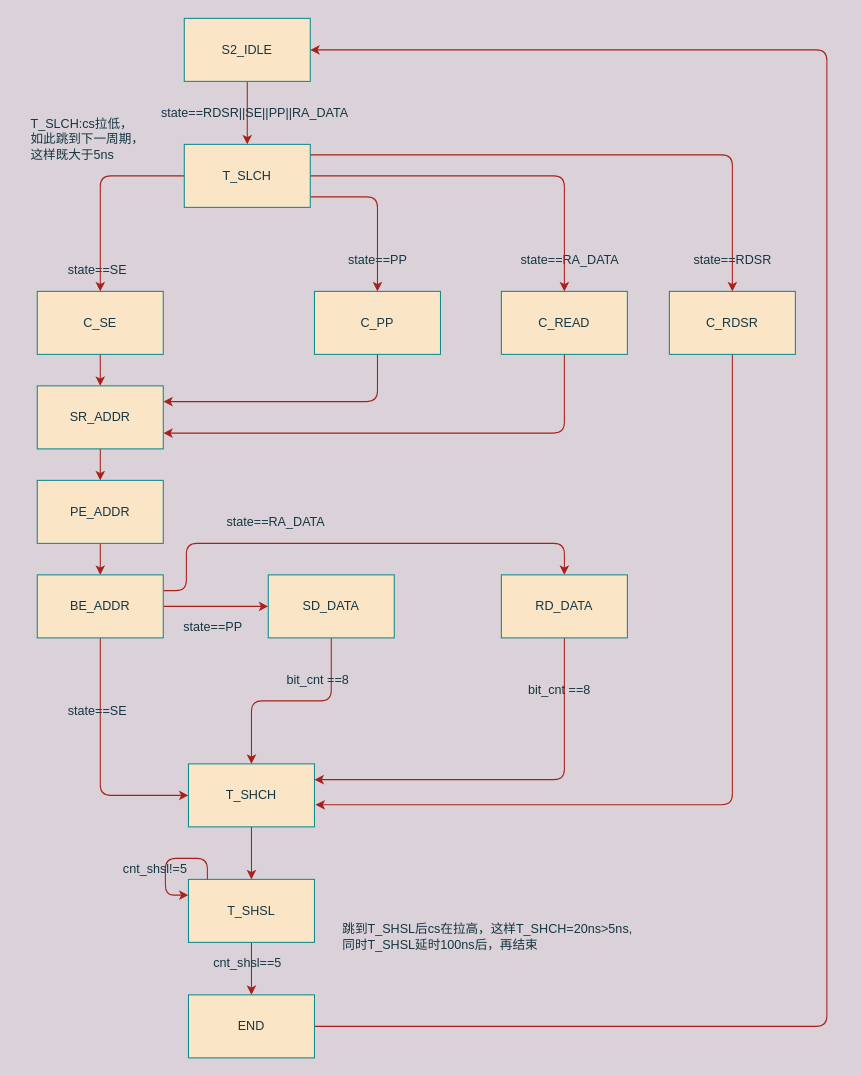
Before: cmd sstate.drawio in wu-bai-guo/spi_flash, a draw.io diagram. Source tidied: cells renumbered, new cells numbered last; positions are measured from the earlier drawing's top-left corner, leaving out a move shared by most shapes. Both pictures are drawn from the tidied source at 105%, with x=0, y=0 at pixel (28, 18).
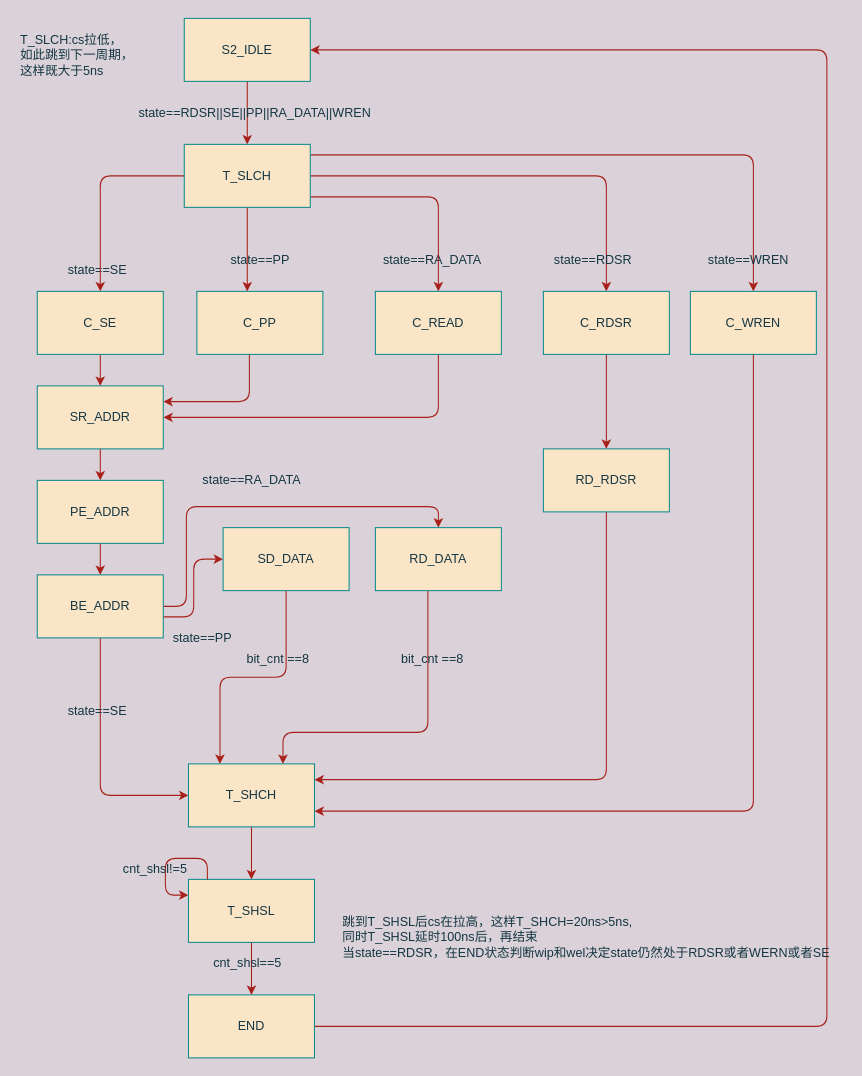
The same diagram, later.

The change refers to these unchanged cells:
```xml
<mxCell id="3" value="&lt;div&gt;S2_IDLE&lt;/div&gt;" style="whiteSpace=wrap;html=1;rounded=0;sketch=0;strokeColor=#0F8B8D;fillColor=#FAE5C7;fontColor=#143642;" parent="1" vertex="1">
  <mxGeometry x="148" width="120" height="60" as="geometry" />
</mxCell>
<mxCell id="5" value="C_SE" style="whiteSpace=wrap;html=1;rounded=0;sketch=0;strokeColor=#0F8B8D;fillColor=#FAE5C7;fontColor=#143642;" parent="1" vertex="1">
  <mxGeometry x="8" y="260" width="120" height="60" as="geometry" />
</mxCell>
<mxCell id="7" value="SR_ADDR" style="whiteSpace=wrap;html=1;rounded=0;sketch=0;strokeColor=#0F8B8D;fillColor=#FAE5C7;fontColor=#143642;" parent="1" vertex="1">
  <mxGeometry x="8" y="350" width="120" height="60" as="geometry" />
</mxCell>
<mxCell id="13" value="BE_ADDR" style="whiteSpace=wrap;html=1;rounded=0;sketch=0;strokeColor=#0F8B8D;fillColor=#FAE5C7;fontColor=#143642;" parent="1" vertex="1">
  <mxGeometry x="8" y="530" width="120" height="60" as="geometry" />
</mxCell>
<mxCell id="15" value="T_SHCH" style="whiteSpace=wrap;html=1;rounded=0;sketch=0;strokeColor=#0F8B8D;fillColor=#FAE5C7;fontColor=#143642;" parent="1" vertex="1">
  <mxGeometry x="152" y="710" width="120" height="60" as="geometry" />
</mxCell>
<mxCell id="34" value="T_SLCH" style="whiteSpace=wrap;html=1;rounded=0;sketch=0;strokeColor=#0F8B8D;fillColor=#FAE5C7;fontColor=#143642;" parent="1" vertex="1">
  <mxGeometry x="148" y="120" width="120" height="60" as="geometry" />
</mxCell>
<mxCell id="40" value="END" style="whiteSpace=wrap;html=1;rounded=0;sketch=0;strokeColor=#0F8B8D;fillColor=#FAE5C7;fontColor=#143642;" parent="1" vertex="1">
  <mxGeometry x="152" y="930" width="120" height="60" as="geometry" />
</mxCell>
<mxCell id="42" value="T_SHSL" style="whiteSpace=wrap;html=1;rounded=0;sketch=0;strokeColor=#0F8B8D;fillColor=#FAE5C7;fontColor=#143642;" parent="1" vertex="1">
  <mxGeometry x="152" y="820" width="120" height="60" as="geometry" />
</mxCell>
```

What changed in the source:
```diff
@@
-    <mxCell id="2" style="edgeStyle=orthogonalEdgeStyle;curved=0;rounded=1;sketch=0;jettySize=auto;html=1;entryX=0.5;entryY=0;entryDx=0;entryDy=0;strokeColor=#A8201A;fillColor=#FAE5C7;fontColor=#143642;" parent="1" edge="1" source="3" target="34">
+    <mxCell id="2" style="edgeStyle=orthogonalEdgeStyle;curved=0;rounded=1;sketch=0;jettySize=auto;html=1;entryX=0.5;entryY=0;entryDx=0;entryDy=0;strokeColor=#A8201A;fillColor=#FAE5C7;fontColor=#143642;labelBackgroundColor=#DAD2D8;" parent="1" edge="1" source="3" target="34">
       <mxGeometry relative="1" as="geometry" />
     </mxCell>
@@
+    <mxCell id="12" style="edgeStyle=orthogonalEdgeStyle;curved=0;rounded=1;sketch=0;jettySize=auto;html=1;entryX=0;entryY=0.5;entryDx=0;entryDy=0;strokeColor=#A8201A;fillColor=#FAE5C7;fontColor=#143642;labelBackgroundColor=#DAD2D8;" parent="1" edge="1" source="13" target="15">
+      <mxGeometry relative="1" as="geometry">
+        <Array as="points">
+          <mxPoint x="68" y="740" />
+        </Array>
+      </mxGeometry>
+    </mxCell>
-    <mxCell id="10" style="edgeStyle=orthogonalEdgeStyle;curved=0;rounded=1;sketch=0;jettySize=auto;html=1;entryX=0;entryY=0.5;entryDx=0;entryDy=0;strokeColor=#A8201A;fillColor=#FAE5C7;fontColor=#143642;labelBackgroundColor=#DAD2D8;" parent="1" edge="1" source="13" target="21">
-      <mxGeometry relative="1" as="geometry" />
+    <mxCell id="10" style="edgeStyle=orthogonalEdgeStyle;curved=0;rounded=1;sketch=0;jettySize=auto;html=1;entryX=0;entryY=0.5;entryDx=0;entryDy=0;strokeColor=#A8201A;fillColor=#FAE5C7;fontColor=#143642;" parent="1" edge="1" source="13" target="21">
+      <mxGeometry relative="1" as="geometry">
+        <Array as="points">
+          <mxPoint x="157" y="570" />
+          <mxPoint x="157" y="515" />
+        </Array>
+      </mxGeometry>
     </mxCell>
-    <mxCell id="11" style="edgeStyle=orthogonalEdgeStyle;curved=0;rounded=1;sketch=0;jettySize=auto;html=1;exitX=1;exitY=0.25;exitDx=0;exitDy=0;entryX=0.5;entryY=0;entryDx=0;entryDy=0;strokeColor=#A8201A;fillColor=#FAE5C7;fontColor=#143642;labelBackgroundColor=#DAD2D8;" parent="1" edge="1" source="13" target="27">
+    <mxCell id="11" style="edgeStyle=orthogonalEdgeStyle;curved=0;rounded=1;sketch=0;jettySize=auto;html=1;entryX=0.5;entryY=0;entryDx=0;entryDy=0;strokeColor=#A8201A;fillColor=#FAE5C7;fontColor=#143642;" parent="1" edge="1" source="13" target="27">
       <mxGeometry relative="1" as="geometry">
         <Array as="points">
-          <mxPoint x="150" y="545" />
-          <mxPoint x="150" y="500" />
-          <mxPoint x="510" y="500" />
+          <mxPoint x="150" y="560" />
+          <mxPoint x="150" y="465" />
+          <mxPoint x="390" y="465" />
         </Array>
       </mxGeometry>
     </mxCell>
-    <mxCell id="12" style="edgeStyle=orthogonalEdgeStyle;curved=0;rounded=1;sketch=0;jettySize=auto;html=1;entryX=0;entryY=0.5;entryDx=0;entryDy=0;strokeColor=#A8201A;fillColor=#FAE5C7;fontColor=#143642;labelBackgroundColor=#DAD2D8;" parent="1" edge="1" source="13" target="15">
-      <mxGeometry relative="1" as="geometry">
-        <Array as="points">
-          <mxPoint x="68" y="740" />
-        </Array>
-      </mxGeometry>
-    </mxCell>
@@
-    <mxCell id="14" style="edgeStyle=orthogonalEdgeStyle;curved=0;rounded=1;sketch=0;jettySize=auto;html=1;entryX=0.5;entryY=0;entryDx=0;entryDy=0;strokeColor=#A8201A;fillColor=#FAE5C7;fontColor=#143642;" parent="1" edge="1" source="15" target="42">
+    <mxCell id="14" style="edgeStyle=orthogonalEdgeStyle;curved=0;rounded=1;sketch=0;jettySize=auto;html=1;entryX=0.5;entryY=0;entryDx=0;entryDy=0;strokeColor=#A8201A;fillColor=#FAE5C7;fontColor=#143642;labelBackgroundColor=#DAD2D8;" parent="1" edge="1" source="15" target="42">
       <mxGeometry relative="1" as="geometry" />
     </mxCell>
@@
-    <mxCell id="17" style="edgeStyle=orthogonalEdgeStyle;curved=0;rounded=1;sketch=0;jettySize=auto;html=1;entryX=1;entryY=0.25;entryDx=0;entryDy=0;strokeColor=#A8201A;fillColor=#FAE5C7;fontColor=#143642;labelBackgroundColor=#DAD2D8;" parent="1" edge="1" source="18" target="7">
+    <mxCell id="17" style="edgeStyle=orthogonalEdgeStyle;curved=0;rounded=1;sketch=0;jettySize=auto;html=1;entryX=1;entryY=0.25;entryDx=0;entryDy=0;strokeColor=#A8201A;fillColor=#FAE5C7;fontColor=#143642;" parent="1" edge="1" source="18" target="7">
       <mxGeometry relative="1" as="geometry">
         <Array as="points">
-          <mxPoint x="332" y="365" />
+          <mxPoint x="210" y="365" />
         </Array>
       </mxGeometry>
     </mxCell>
     <mxCell id="18" value="C_PP" style="whiteSpace=wrap;html=1;rounded=0;sketch=0;strokeColor=#0F8B8D;fillColor=#FAE5C7;fontColor=#143642;" parent="1" vertex="1">
-      <mxGeometry x="272" y="260" width="120" height="60" as="geometry" />
+      <mxGeometry x="160" y="260" width="120" height="60" as="geometry" />
     </mxCell>
     <mxCell id="19" value="state==PP" style="text;html=1;align=center;verticalAlign=middle;fontColor=#143642;" parent="1" vertex="1">
-      <mxGeometry x="297" y="220" width="70" height="20" as="geometry" />
+      <mxGeometry x="185" y="220" width="70" height="20" as="geometry" />
     </mxCell>
-    <mxCell id="20" style="edgeStyle=orthogonalEdgeStyle;curved=0;rounded=1;sketch=0;jettySize=auto;html=1;entryX=0.5;entryY=0;entryDx=0;entryDy=0;strokeColor=#A8201A;fillColor=#FAE5C7;fontColor=#143642;labelBackgroundColor=#DAD2D8;" parent="1" edge="1" source="21" target="15">
+    <mxCell id="20" style="edgeStyle=orthogonalEdgeStyle;curved=0;rounded=1;sketch=0;jettySize=auto;html=1;entryX=0.25;entryY=0;entryDx=0;entryDy=0;strokeColor=#A8201A;fillColor=#FAE5C7;fontColor=#143642;" parent="1" edge="1" source="21" target="15">
       <mxGeometry relative="1" as="geometry" />
     </mxCell>
     <mxCell id="21" value="SD_DATA" style="whiteSpace=wrap;html=1;rounded=0;sketch=0;strokeColor=#0F8B8D;fillColor=#FAE5C7;fontColor=#143642;" parent="1" vertex="1">
-      <mxGeometry x="228" y="530" width="120" height="60" as="geometry" />
+      <mxGeometry x="185" y="485" width="120" height="60" as="geometry" />
     </mxCell>
     <mxCell id="22" value="state==PP" style="text;html=1;align=center;verticalAlign=middle;fontColor=#143642;" parent="1" vertex="1">
-      <mxGeometry x="140" y="570" width="70" height="20" as="geometry" />
+      <mxGeometry x="130" y="580" width="70" height="20" as="geometry" />
     </mxCell>
-    <mxCell id="23" style="edgeStyle=orthogonalEdgeStyle;curved=0;rounded=1;sketch=0;jettySize=auto;html=1;entryX=1;entryY=0.75;entryDx=0;entryDy=0;strokeColor=#A8201A;fillColor=#FAE5C7;fontColor=#143642;labelBackgroundColor=#DAD2D8;" parent="1" edge="1" source="24" target="7">
+    <mxCell id="23" style="edgeStyle=orthogonalEdgeStyle;curved=0;rounded=1;sketch=0;jettySize=auto;html=1;entryX=1;entryY=0.5;entryDx=0;entryDy=0;strokeColor=#A8201A;fillColor=#FAE5C7;fontColor=#143642;" parent="1" edge="1" source="24" target="7">
       <mxGeometry relative="1" as="geometry">
         <Array as="points">
-          <mxPoint x="510" y="395" />
+          <mxPoint x="390" y="380" />
         </Array>
       </mxGeometry>
     </mxCell>
     <mxCell id="24" value="C_READ" style="whiteSpace=wrap;html=1;rounded=0;sketch=0;strokeColor=#0F8B8D;fillColor=#FAE5C7;fontColor=#143642;" parent="1" vertex="1">
-      <mxGeometry x="450" y="260" width="120" height="60" as="geometry" />
+      <mxGeometry x="330" y="260" width="120" height="60" as="geometry" />
     </mxCell>
     <mxCell id="25" value="state==RA_DATA" style="text;html=1;align=center;verticalAlign=middle;fontColor=#143642;" parent="1" vertex="1">
-      <mxGeometry x="460" y="220" width="110" height="20" as="geometry" />
+      <mxGeometry x="328.5" y="220" width="110" height="20" as="geometry" />
     </mxCell>
-    <mxCell id="26" style="edgeStyle=orthogonalEdgeStyle;curved=0;rounded=1;sketch=0;jettySize=auto;html=1;entryX=1;entryY=0.25;entryDx=0;entryDy=0;strokeColor=#A8201A;fillColor=#FAE5C7;fontColor=#143642;" parent="1" edge="1" source="27" target="15">
+    <mxCell id="26" style="edgeStyle=orthogonalEdgeStyle;curved=0;rounded=1;sketch=0;jettySize=auto;html=1;entryX=0.75;entryY=0;entryDx=0;entryDy=0;strokeColor=#A8201A;fillColor=#FAE5C7;fontColor=#143642;" parent="1" edge="1" source="27" target="15">
       <mxGeometry relative="1" as="geometry">
         <Array as="points">
-          <mxPoint x="510" y="725" />
+          <mxPoint x="380" y="680" />
+          <mxPoint x="242" y="680" />
         </Array>
       </mxGeometry>
     </mxCell>
     <mxCell id="27" value="RD_DATA" style="whiteSpace=wrap;html=1;rounded=0;sketch=0;strokeColor=#0F8B8D;fillColor=#FAE5C7;fontColor=#143642;" parent="1" vertex="1">
-      <mxGeometry x="450" y="530" width="120" height="60" as="geometry" />
+      <mxGeometry x="330" y="485" width="120" height="60" as="geometry" />
     </mxCell>
     <mxCell id="28" value="state==RA_DATA" style="text;html=1;align=center;verticalAlign=middle;fontColor=#143642;" parent="1" vertex="1">
-      <mxGeometry x="180" y="470" width="110" height="20" as="geometry" />
+      <mxGeometry x="157" y="430" width="110" height="20" as="geometry" />
     </mxCell>
@@
-    <mxCell id="30" style="edgeStyle=orthogonalEdgeStyle;curved=0;rounded=1;sketch=0;jettySize=auto;html=1;entryX=0.5;entryY=0;entryDx=0;entryDy=0;strokeColor=#A8201A;fillColor=#FAE5C7;fontColor=#143642;" parent="1" edge="1" source="34" target="5">
+    <mxCell id="30" style="edgeStyle=orthogonalEdgeStyle;curved=0;rounded=1;sketch=0;jettySize=auto;html=1;entryX=0.5;entryY=0;entryDx=0;entryDy=0;strokeColor=#A8201A;fillColor=#FAE5C7;fontColor=#143642;labelBackgroundColor=#DAD2D8;" parent="1" edge="1" source="34" target="5">
       <mxGeometry relative="1" as="geometry" />
     </mxCell>
-    <mxCell id="31" style="edgeStyle=orthogonalEdgeStyle;curved=0;rounded=1;sketch=0;jettySize=auto;html=1;entryX=0.5;entryY=0;entryDx=0;entryDy=0;strokeColor=#A8201A;fillColor=#FAE5C7;fontColor=#143642;" parent="1" edge="1" source="34" target="18">
+    <mxCell id="31" style="edgeStyle=orthogonalEdgeStyle;curved=0;rounded=1;sketch=0;jettySize=auto;html=1;strokeColor=#A8201A;fillColor=#FAE5C7;fontColor=#143642;" parent="1" edge="1" source="34" target="18">
       <mxGeometry relative="1" as="geometry">
         <Array as="points">
-          <mxPoint x="332" y="170" />
+          <mxPoint x="208" y="240" />
+          <mxPoint x="208" y="240" />
         </Array>
       </mxGeometry>
     </mxCell>
-    <mxCell id="32" style="edgeStyle=orthogonalEdgeStyle;curved=0;rounded=1;sketch=0;jettySize=auto;html=1;entryX=0.5;entryY=0;entryDx=0;entryDy=0;strokeColor=#A8201A;fillColor=#FAE5C7;fontColor=#143642;" parent="1" edge="1" source="34" target="24">
+    <mxCell id="32" style="edgeStyle=orthogonalEdgeStyle;curved=0;rounded=1;sketch=0;jettySize=auto;html=1;strokeColor=#A8201A;fillColor=#FAE5C7;fontColor=#143642;" parent="1" edge="1" source="34" target="24">
       <mxGeometry relative="1" as="geometry">
         <Array as="points">
-          <mxPoint x="510" y="150" />
+          <mxPoint x="390" y="170" />
         </Array>
       </mxGeometry>
     </mxCell>
-    <mxCell id="33" style="edgeStyle=orthogonalEdgeStyle;curved=0;rounded=1;sketch=0;jettySize=auto;html=1;entryX=0.5;entryY=0;entryDx=0;entryDy=0;strokeColor=#A8201A;fillColor=#FAE5C7;fontColor=#143642;" parent="1" edge="1" source="34" target="37">
-      <mxGeometry relative="1" as="geometry">
-        <Array as="points">
-          <mxPoint x="670" y="130" />
-        </Array>
-      </mxGeometry>
+    <mxCell id="33" style="edgeStyle=orthogonalEdgeStyle;curved=0;rounded=1;sketch=0;jettySize=auto;html=1;strokeColor=#A8201A;fillColor=#FAE5C7;fontColor=#143642;" parent="1" edge="1" source="34" target="37">
+      <mxGeometry relative="1" as="geometry" />
     </mxCell>
+    <mxCell id="50" style="edgeStyle=orthogonalEdgeStyle;curved=0;rounded=1;sketch=0;jettySize=auto;html=1;entryX=0.5;entryY=0;entryDx=0;entryDy=0;strokeColor=#A8201A;fillColor=#FAE5C7;fontColor=#143642;" parent="1" edge="1" source="34" target="55">
+      <mxGeometry relative="1" as="geometry">
+        <Array as="points">
+          <mxPoint x="690" y="130" />
+        </Array>
+      </mxGeometry>
+    </mxCell>
@@
-    <mxCell id="35" value="state==RDSR||SE||PP||RA_DATA" style="text;html=1;align=center;verticalAlign=middle;fontColor=#143642;" parent="1" vertex="1">
-      <mxGeometry x="120" y="80" width="190" height="20" as="geometry" />
+    <mxCell id="35" value="state==RDSR||SE||PP||RA_DATA||WREN" style="text;html=1;align=center;verticalAlign=middle;fontColor=#143642;" parent="1" vertex="1">
+      <mxGeometry x="100" y="80" width="230" height="20" as="geometry" />
     </mxCell>
-    <mxCell id="36" style="edgeStyle=orthogonalEdgeStyle;curved=0;rounded=1;sketch=0;jettySize=auto;html=1;entryX=1.008;entryY=0.65;entryDx=0;entryDy=0;entryPerimeter=0;strokeColor=#A8201A;fillColor=#FAE5C7;fontColor=#143642;" parent="1" edge="1" source="37" target="15">
-      <mxGeometry relative="1" as="geometry">
-        <Array as="points">
-          <mxPoint x="670" y="749" />
-        </Array>
-      </mxGeometry>
-    </mxCell>
+    <mxCell id="51" style="edgeStyle=orthogonalEdgeStyle;curved=0;rounded=1;sketch=0;jettySize=auto;html=1;entryX=0.5;entryY=0;entryDx=0;entryDy=0;strokeColor=#A8201A;fillColor=#FAE5C7;fontColor=#143642;" parent="1" edge="1" source="37" target="53">
+      <mxGeometry relative="1" as="geometry" />
+    </mxCell>
     <mxCell id="37" value="C_RDSR" style="whiteSpace=wrap;html=1;rounded=0;sketch=0;strokeColor=#0F8B8D;fillColor=#FAE5C7;fontColor=#143642;" parent="1" vertex="1">
-      <mxGeometry x="610" y="260" width="120" height="60" as="geometry" />
+      <mxGeometry x="490" y="260" width="120" height="60" as="geometry" />
     </mxCell>
     <mxCell id="38" value="state==RDSR" style="text;html=1;align=center;verticalAlign=middle;fontColor=#143642;" parent="1" vertex="1">
-      <mxGeometry x="625" y="220" width="90" height="20" as="geometry" />
+      <mxGeometry x="492" y="220" width="90" height="20" as="geometry" />
     </mxCell>
-    <mxCell id="39" style="edgeStyle=orthogonalEdgeStyle;curved=0;rounded=1;sketch=0;jettySize=auto;html=1;entryX=1;entryY=0.5;entryDx=0;entryDy=0;strokeColor=#A8201A;fillColor=#FAE5C7;fontColor=#143642;" parent="1" edge="1" source="40" target="3">
+    <mxCell id="39" style="edgeStyle=orthogonalEdgeStyle;curved=0;rounded=1;sketch=0;jettySize=auto;html=1;entryX=1;entryY=0.5;entryDx=0;entryDy=0;strokeColor=#A8201A;fillColor=#FAE5C7;fontColor=#143642;labelBackgroundColor=#DAD2D8;" parent="1" edge="1" source="40" target="3">
       <mxGeometry relative="1" as="geometry">
         <Array as="points">
           <mxPoint x="760" y="960" />
           <mxPoint x="760" y="30" />
         </Array>
       </mxGeometry>
     </mxCell>
@@
-    <mxCell id="41" style="edgeStyle=orthogonalEdgeStyle;curved=0;rounded=1;sketch=0;jettySize=auto;html=1;entryX=0.5;entryY=0;entryDx=0;entryDy=0;strokeColor=#A8201A;fillColor=#FAE5C7;fontColor=#143642;" parent="1" edge="1" source="42" target="40">
+    <mxCell id="41" style="edgeStyle=orthogonalEdgeStyle;curved=0;rounded=1;sketch=0;jettySize=auto;html=1;entryX=0.5;entryY=0;entryDx=0;entryDy=0;strokeColor=#A8201A;fillColor=#FAE5C7;fontColor=#143642;labelBackgroundColor=#DAD2D8;" parent="1" edge="1" source="42" target="40">
       <mxGeometry relative="1" as="geometry" />
     </mxCell>
@@
     <mxCell id="43" value="bit_cnt ==8" style="text;html=1;align=center;verticalAlign=middle;fontColor=#143642;" parent="1" vertex="1">
-      <mxGeometry x="240" y="620" width="70" height="20" as="geometry" />
+      <mxGeometry x="202" y="600" width="70" height="20" as="geometry" />
     </mxCell>
     <mxCell id="44" value="bit_cnt ==8" style="text;html=1;align=center;verticalAlign=middle;fontColor=#143642;" parent="1" vertex="1">
-      <mxGeometry x="470" y="630" width="70" height="20" as="geometry" />
+      <mxGeometry x="349" y="600" width="70" height="20" as="geometry" />
     </mxCell>
     <mxCell id="45" value="&lt;div align=&quot;left&quot;&gt;T_SLCH:cs拉低，&lt;/div&gt;&lt;div align=&quot;left&quot;&gt;如此跳到下一周期，&lt;/div&gt;&lt;div align=&quot;left&quot;&gt;这样既大于5ns&lt;br&gt;&lt;/div&gt;" style="text;html=1;align=left;verticalAlign=middle;fontColor=#143642;" parent="1" vertex="1">
-      <mxGeometry y="90" width="120" height="50" as="geometry" />
+      <mxGeometry x="-10" y="10" width="120" height="50" as="geometry" />
     </mxCell>
-    <mxCell id="46" value="&lt;div&gt;跳到T_SHSL后cs在拉高，这样T_SHCH=20ns&amp;gt;5ns,&lt;/div&gt;&lt;div&gt;同时T_SHSL延时100ns后，再结束&lt;br&gt;&lt;/div&gt;" style="text;html=1;align=left;verticalAlign=middle;fontColor=#143642;" parent="1" vertex="1">
-      <mxGeometry x="297" y="860" width="290" height="30" as="geometry" />
+    <mxCell id="46" value="&lt;div&gt;跳到T_SHSL后cs在拉高，这样T_SHCH=20ns&amp;gt;5ns,&lt;/div&gt;&lt;div&gt;同时T_SHSL延时100ns后，再结束&lt;/div&gt;&lt;div&gt;当state==RDSR，在END状态判断wip和wel决定state仍然处于RDSR或者WERN或者SE&lt;br&gt;&lt;/div&gt;" style="text;html=1;align=left;verticalAlign=middle;fontColor=#143642;" parent="1" vertex="1">
+      <mxGeometry x="297" y="850" width="480" height="50" as="geometry" />
     </mxCell>
@@
-    <mxCell id="48" style="edgeStyle=orthogonalEdgeStyle;curved=0;rounded=1;sketch=0;orthogonalLoop=1;jettySize=auto;html=1;entryX=0;entryY=0.25;entryDx=0;entryDy=0;strokeColor=#A8201A;fillColor=#FAE5C7;fontColor=#143642;" parent="1" edge="1" source="42" target="42">
+    <mxCell id="48" style="edgeStyle=orthogonalEdgeStyle;curved=0;rounded=1;sketch=0;orthogonalLoop=1;jettySize=auto;html=1;entryX=0;entryY=0.25;entryDx=0;entryDy=0;strokeColor=#A8201A;fillColor=#FAE5C7;fontColor=#143642;labelBackgroundColor=#DAD2D8;" parent="1" edge="1" source="42" target="42">
       <mxGeometry relative="1" as="geometry">
         <Array as="points">
           <mxPoint x="170" y="800" />
           <mxPoint x="130" y="800" />
           <mxPoint x="130" y="835" />
         </Array>
       </mxGeometry>
     </mxCell>
@@
+    <mxCell id="52" style="edgeStyle=orthogonalEdgeStyle;curved=0;rounded=1;sketch=0;jettySize=auto;html=1;entryX=1;entryY=0.25;entryDx=0;entryDy=0;strokeColor=#A8201A;fillColor=#FAE5C7;fontColor=#143642;" parent="1" edge="1" source="53" target="15">
+      <mxGeometry relative="1" as="geometry">
+        <Array as="points">
+          <mxPoint x="550" y="725" />
+        </Array>
+      </mxGeometry>
+    </mxCell>
+    <mxCell id="53" value="RD_RDSR" style="whiteSpace=wrap;html=1;rounded=0;sketch=0;strokeColor=#0F8B8D;fillColor=#FAE5C7;fontColor=#143642;" parent="1" vertex="1">
+      <mxGeometry x="490" y="410" width="120" height="60" as="geometry" />
+    </mxCell>
+    <mxCell id="54" style="edgeStyle=orthogonalEdgeStyle;curved=0;rounded=1;sketch=0;jettySize=auto;html=1;entryX=1;entryY=0.75;entryDx=0;entryDy=0;strokeColor=#A8201A;fillColor=#FAE5C7;fontColor=#143642;" parent="1" edge="1" source="55" target="15">
+      <mxGeometry relative="1" as="geometry">
+        <Array as="points">
+          <mxPoint x="690" y="755" />
+        </Array>
+      </mxGeometry>
+    </mxCell>
+    <mxCell id="55" value="C_WREN" style="whiteSpace=wrap;html=1;rounded=0;sketch=0;strokeColor=#0F8B8D;fillColor=#FAE5C7;fontColor=#143642;" parent="1" vertex="1">
+      <mxGeometry x="630" y="260" width="120" height="60" as="geometry" />
+    </mxCell>
+    <mxCell id="56" value="&lt;div&gt;state==WREN&lt;/div&gt;" style="text;html=1;align=center;verticalAlign=middle;fontColor=#143642;" parent="1" vertex="1">
+      <mxGeometry x="640" y="220" width="90" height="20" as="geometry" />
+    </mxCell>
```
